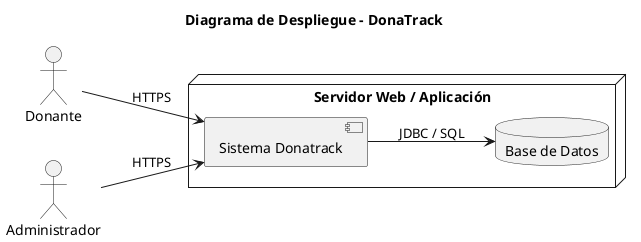
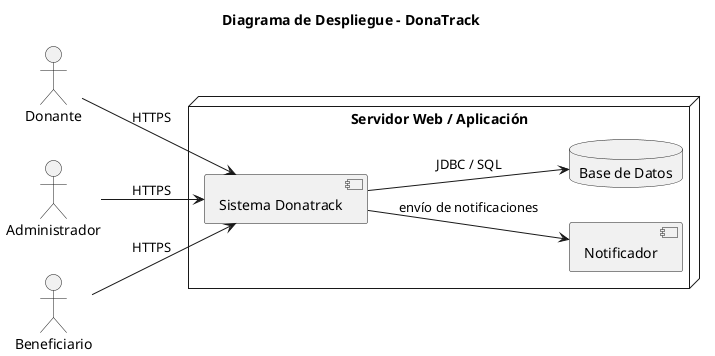
@startuml
title Diagrama de Despliegue - DonaTrack

left to right direction
skinparam shadowing false

actor Donante
actor Administrador
+ actor Beneficiario

node "Servidor Web / Aplicación" {

  component "Sistema Donatrack" as app
+   component "Notificador" as notifier

  database "Base de Datos" as db

  app --> db : JDBC / SQL
+   app --> notifier : envío de notificaciones
}

Donante --> app : HTTPS
Administrador --> app : HTTPS
+ Beneficiario --> app : HTTPS

@enduml